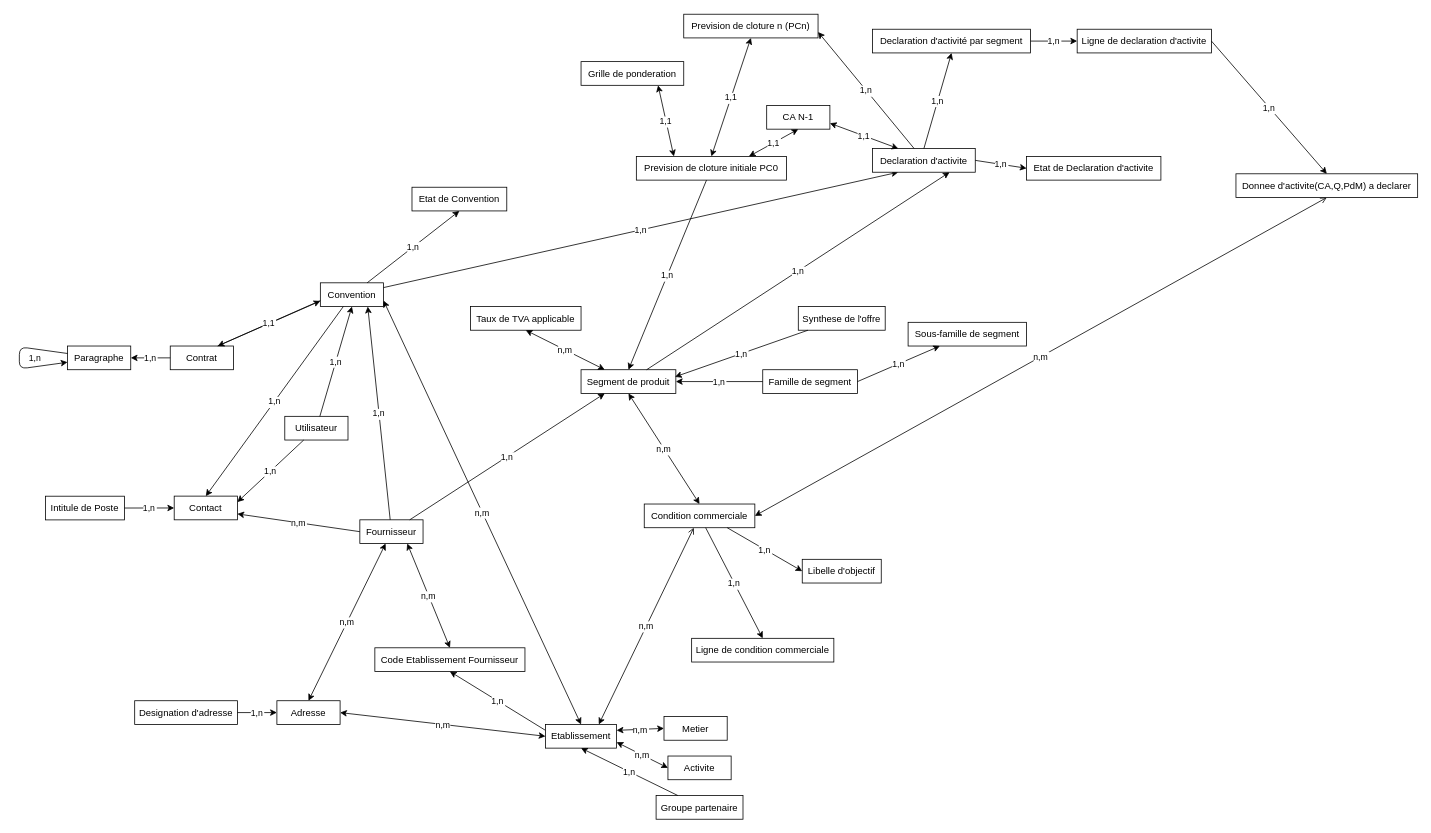
Above: elsan/sacha/diagrammes/Diagramme d'objets en français.drawio in fcabot/synodis (draw.io), before the change. Source tidied: cells renumbered, new cells numbered last; positions are measured from the earlier drawing's top-left corner, leaving out a move shared by most shapes. Both pictures are drawn from the tidied source at 79%, with x=0, y=0 at pixel (19, 14).
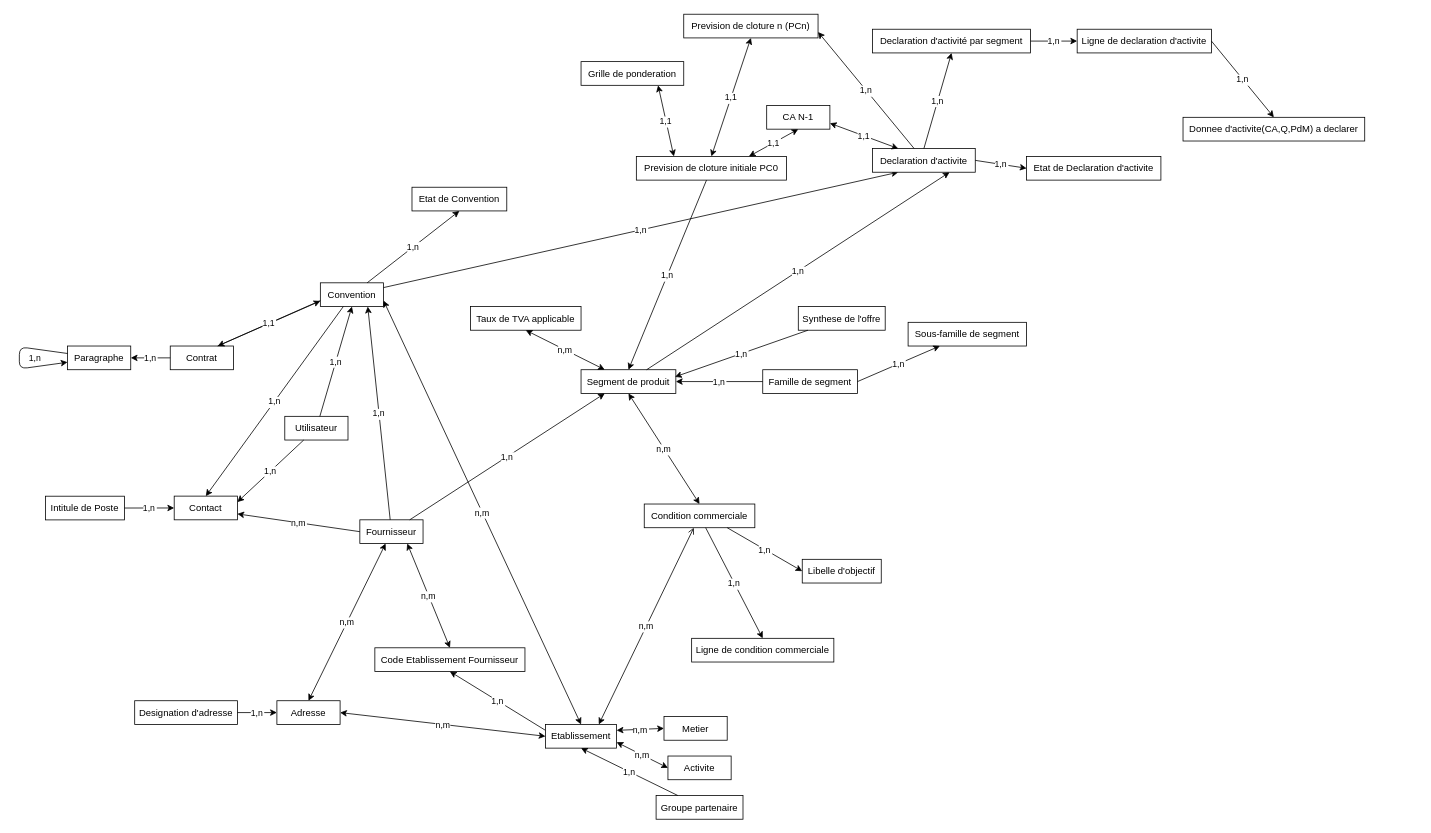
Above is the later version.

Unchanged cells that the change refers to:
```xml
<mxCell id="23" value="Condition commerciale" style="whiteSpace=wrap;html=1;" parent="1" vertex="1">
  <mxGeometry x="791" y="619.5" width="140" height="30" as="geometry" />
</mxCell>
```

Change to the diagram source:
```diff
@@
-    <mxCell id="29" value="n,m" style="entryX=1;entryY=0.5;entryDx=0;entryDy=0;exitX=0.5;exitY=1;exitDx=0;exitDy=0;startArrow=open;startFill=0;" parent="1" edge="1" source="54" target="23">
-      <mxGeometry x="-263" y="306.5" as="geometry" />
-    </mxCell>
@@
     <mxCell id="54" value="Donnee d'activite(CA,Q,PdM) a declarer " style="whiteSpace=wrap;html=1;" parent="1" vertex="1">
-      <mxGeometry x="1540" y="201.5" width="230" height="30" as="geometry" />
+      <mxGeometry x="1473" y="130" width="230" height="30" as="geometry" />
     </mxCell>
```
